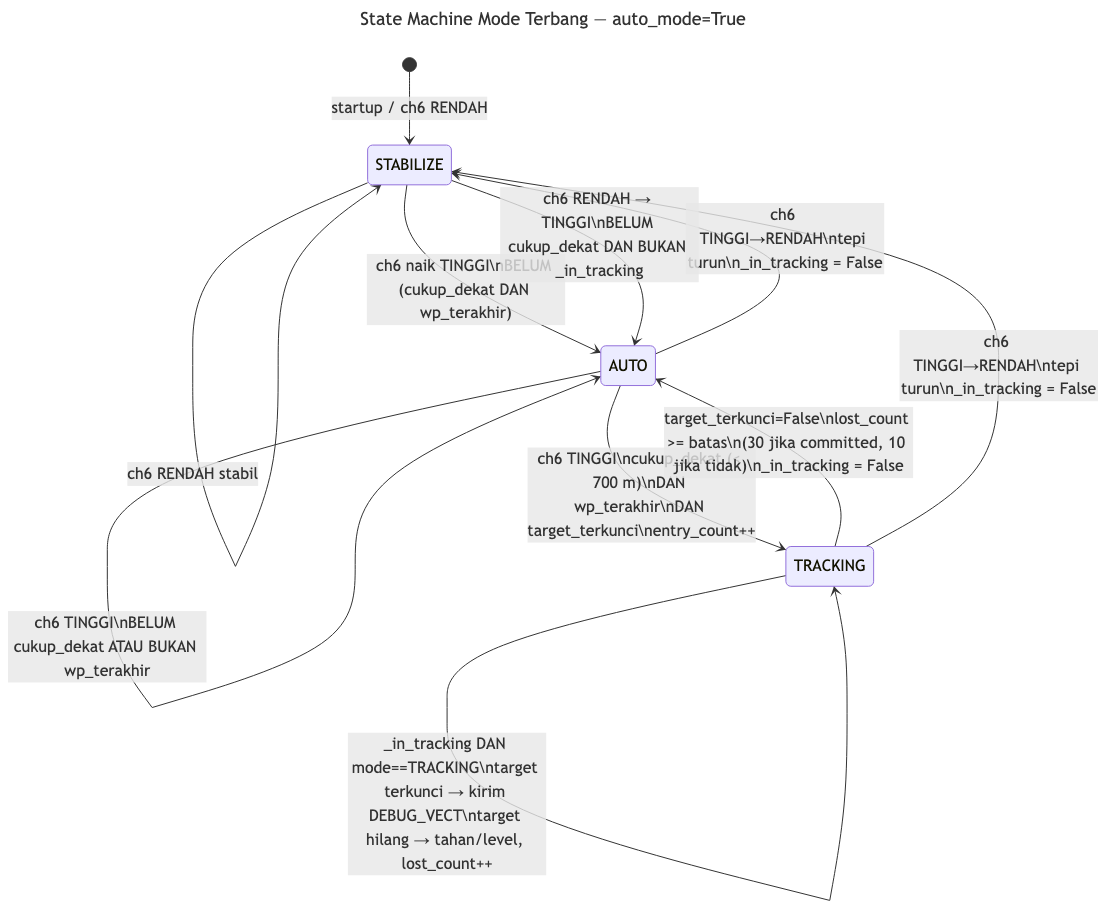
musaelhanafi/drone-seeker keeps this Mermaid diagram as docs/chart_02_mode_state.png. Above is the earlier version. Its source is kept beside it as docs/chart_02_mode_state.mmd. Source of this version:
```mermaid
---
title: State Machine Mode Terbang — auto_mode=True
---
stateDiagram-v2
    [*] --> STABILIZE : startup / ch6 RENDAH

    STABILIZE --> STABILIZE : ch6 RENDAH stabil

    STABILIZE --> AUTO : ch6 naik TINGGI\nBELUM (cukup_dekat DAN wp_terakhir)

    AUTO --> AUTO : ch6 TINGGI\nBELUM cukup_dekat ATAU BUKAN wp_terakhir

    AUTO --> TRACKING : ch6 TINGGI\ncukup_dekat (< 700 m)\nDAN wp_terakhir\nDAN target_terkunci\nentry_count++

    TRACKING --> TRACKING : _in_tracking DAN mode==TRACKING\ntarget terkunci → kirim DEBUG_VECT\ntarget hilang → tahan/level, lost_count++

    TRACKING --> AUTO : target_terkunci=False\nlost_count >= batas\n(30 jika committed, 10 jika tidak)\n_in_tracking = False

    TRACKING --> STABILIZE : ch6 TINGGI→RENDAH\ntepi turun\n_in_tracking = False

    AUTO --> STABILIZE : ch6 TINGGI→RENDAH\ntepi turun\n_in_tracking = False

    STABILIZE --> AUTO : ch6 RENDAH → TINGGI\nBELUM cukup_dekat DAN BUKAN _in_tracking
```
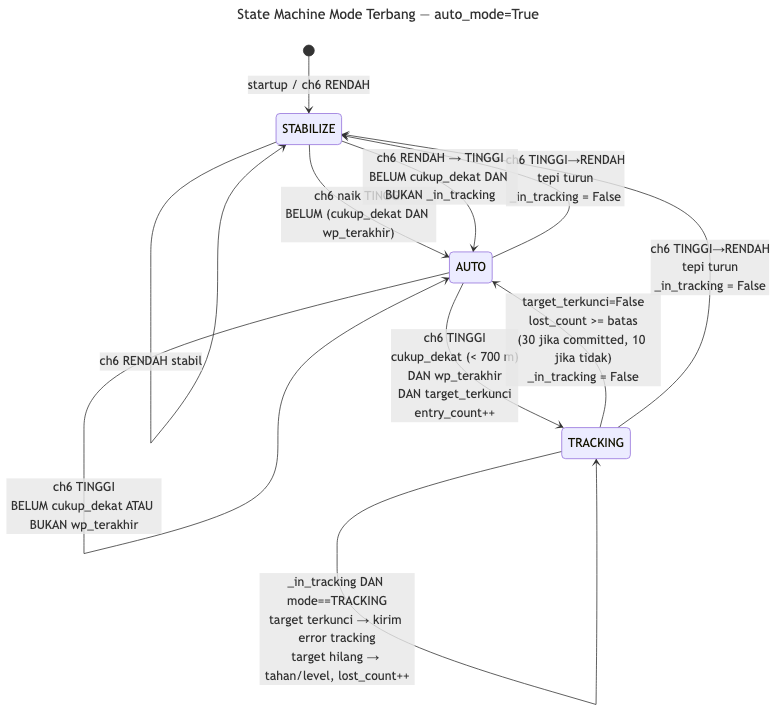
Later version of the same file.

What changed in the source:
```diff
@@ -6,18 +6,18 @@
 
     STABILIZE --> STABILIZE : ch6 RENDAH stabil
 
-    STABILIZE --> AUTO : ch6 naik TINGGI\nBELUM (cukup_dekat DAN wp_terakhir)
+    STABILIZE --> AUTO : ch6 naik TINGGI<br/>BELUM (cukup_dekat DAN wp_terakhir)
 
-    AUTO --> AUTO : ch6 TINGGI\nBELUM cukup_dekat ATAU BUKAN wp_terakhir
+    AUTO --> AUTO : ch6 TINGGI<br/>BELUM cukup_dekat ATAU BUKAN wp_terakhir
 
-    AUTO --> TRACKING : ch6 TINGGI\ncukup_dekat (< 700 m)\nDAN wp_terakhir\nDAN target_terkunci\nentry_count++
+    AUTO --> TRACKING : ch6 TINGGI<br/>cukup_dekat (< 700 m)<br/>DAN wp_terakhir<br/>DAN target_terkunci<br/>entry_count++
 
-    TRACKING --> TRACKING : _in_tracking DAN mode==TRACKING\ntarget terkunci → kirim DEBUG_VECT\ntarget hilang → tahan/level, lost_count++
+    TRACKING --> TRACKING : _in_tracking DAN mode==TRACKING<br/>target terkunci → kirim error tracking<br/>target hilang → tahan/level, lost_count++
 
-    TRACKING --> AUTO : target_terkunci=False\nlost_count >= batas\n(30 jika committed, 10 jika tidak)\n_in_tracking = False
+    TRACKING --> AUTO : target_terkunci=False<br/>lost_count >= batas<br/>(30 jika committed, 10 jika tidak)<br/>_in_tracking = False
 
-    TRACKING --> STABILIZE : ch6 TINGGI→RENDAH\ntepi turun\n_in_tracking = False
+    TRACKING --> STABILIZE : ch6 TINGGI→RENDAH<br/>tepi turun<br/>_in_tracking = False
 
-    AUTO --> STABILIZE : ch6 TINGGI→RENDAH\ntepi turun\n_in_tracking = False
+    AUTO --> STABILIZE : ch6 TINGGI→RENDAH<br/>tepi turun<br/>_in_tracking = False
 
-    STABILIZE --> AUTO : ch6 RENDAH → TINGGI\nBELUM cukup_dekat DAN BUKAN _in_tracking
+    STABILIZE --> AUTO : ch6 RENDAH → TINGGI<br/>BELUM cukup_dekat DAN BUKAN _in_tracking
```
